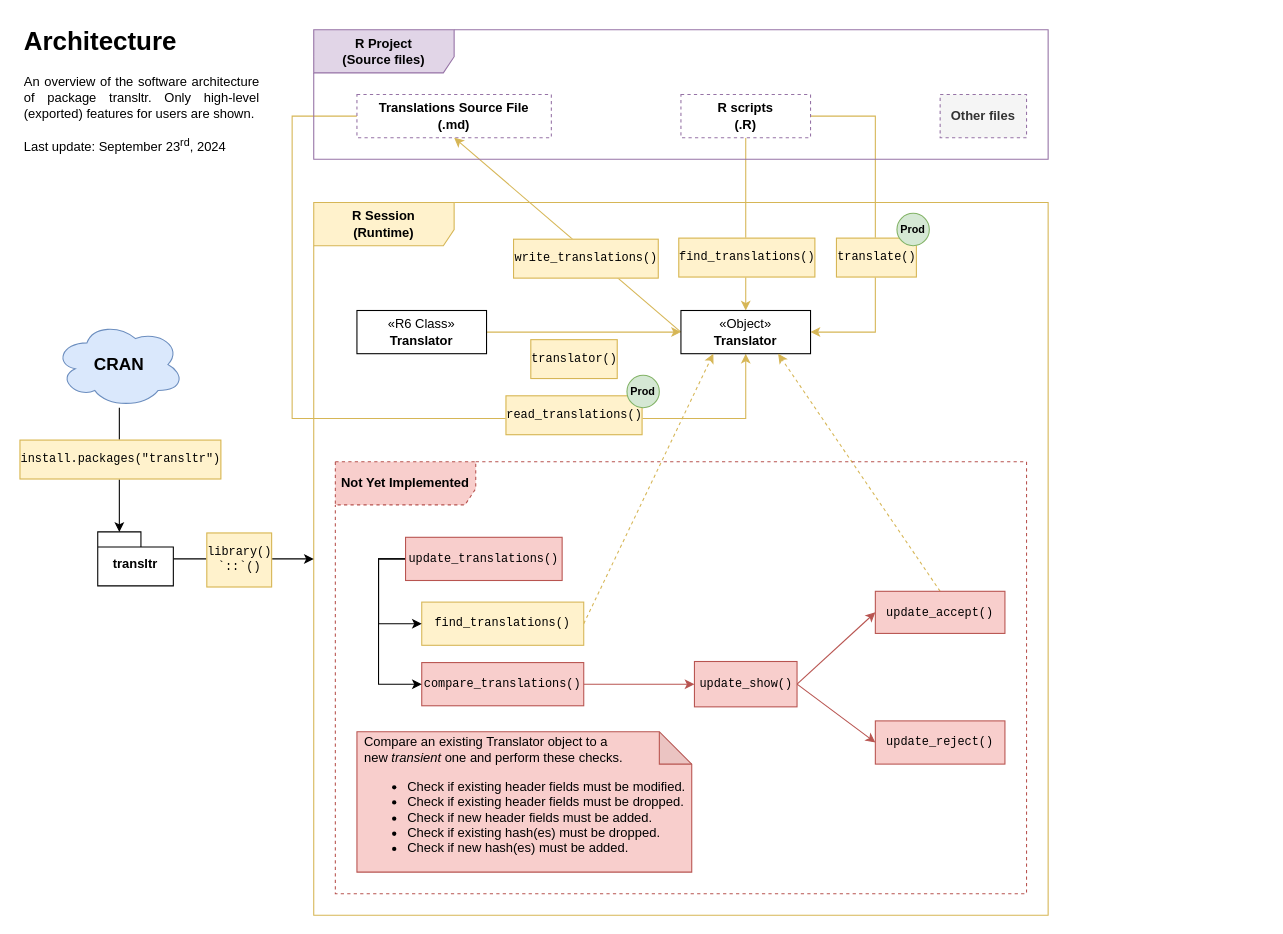
This is man/figures/architecture-overview-user.drawio from jeanmathieupotvin/transltr, a draw.io file, before an edit. Source tidied: cells renumbered, new cells numbered last; positions are measured from the earlier drawing's top-left corner, leaving out a move shared by most shapes. Both pictures are drawn from the tidied source at 108%, with x=0, y=0 at pixel (22, 18).
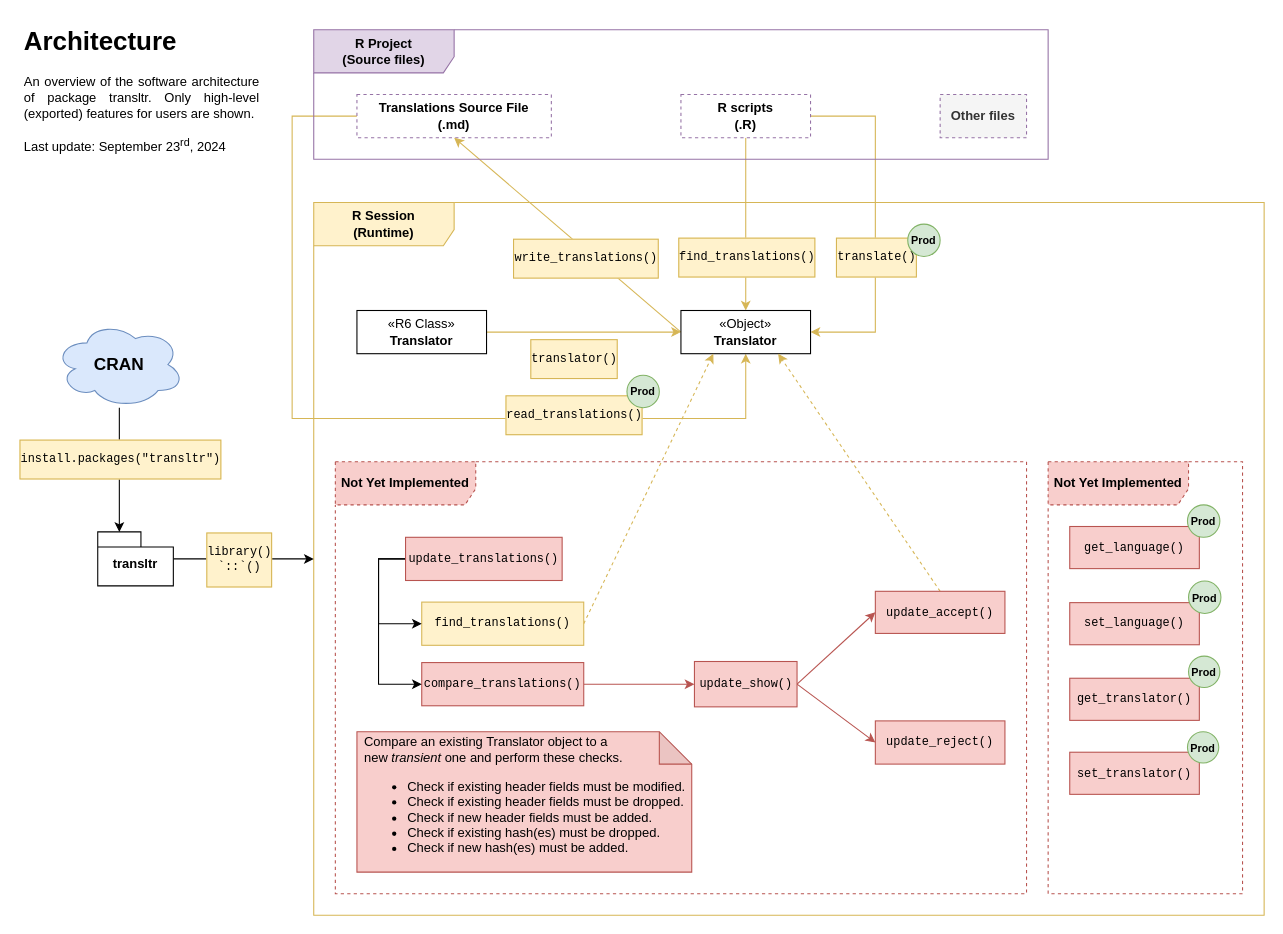
The same page after the edit.

Commit message (it also covers changes not shown here):
Update diagram with further high-level functions.

What changed in the source:
```diff
@@
     <mxCell id="10" value="R Session&lt;br&gt;(Runtime)" style="shape=umlFrame;whiteSpace=wrap;html=1;width=130;height=40;fontStyle=1;fillColor=#fff2cc;strokeColor=#D6B656;swimlaneFillColor=none;" parent="1" vertex="1">
-      <mxGeometry x="270" y="170" width="680" height="660" as="geometry" />
+      <mxGeometry x="270" y="170" width="880" height="660" as="geometry" />
     </mxCell>
@@
+    <mxCell id="42" value="Prod" style="ellipse;whiteSpace=wrap;html=1;fillColor=#d5e8d4;strokeColor=#82b366;fontStyle=1;fontSize=10;" parent="1" vertex="1">
+      <mxGeometry x="560" y="330" width="30" height="30" as="geometry" />
+    </mxCell>
+    <mxCell id="43" value="&lt;pre style=&quot;font-size: 11px;&quot;&gt;set_language()&lt;/pre&gt;" style="html=1;whiteSpace=wrap;shadow=0;fillColor=#f8cecc;strokeColor=#b85450;fontSize=11;" parent="1" vertex="1">
+      <mxGeometry x="970" y="540.5" width="120" height="39" as="geometry" />
+    </mxCell>
+    <mxCell id="44" value="&lt;pre style=&quot;font-size: 11px;&quot;&gt;set_translator()&lt;/pre&gt;" style="html=1;whiteSpace=wrap;shadow=0;fillColor=#f8cecc;strokeColor=#b85450;fontSize=11;" parent="1" vertex="1">
+      <mxGeometry x="970" y="679" width="120" height="39" as="geometry" />
+    </mxCell>
+    <mxCell id="45" value="&lt;pre style=&quot;font-size: 11px;&quot;&gt;get_translator()&lt;/pre&gt;" style="html=1;whiteSpace=wrap;shadow=0;fillColor=#f8cecc;strokeColor=#b85450;fontSize=11;" parent="1" vertex="1">
+      <mxGeometry x="970" y="610.5" width="120" height="39" as="geometry" />
+    </mxCell>
+    <mxCell id="46" value="&lt;pre style=&quot;font-size: 11px;&quot;&gt;get_language()&lt;/pre&gt;" style="html=1;whiteSpace=wrap;shadow=0;fillColor=#f8cecc;strokeColor=#b85450;fontSize=11;" parent="1" vertex="1">
+      <mxGeometry x="970" y="470" width="120" height="39" as="geometry" />
+    </mxCell>
+    <mxCell id="47" value="Not Yet Implemented" style="shape=umlFrame;whiteSpace=wrap;html=1;width=130;height=40;fontStyle=1;fillColor=#f8cecc;strokeColor=#b85450;swimlaneFillColor=none;dashed=1;" parent="1" vertex="1">
+      <mxGeometry x="950" y="410" width="180" height="400" as="geometry" />
+    </mxCell>
+    <mxCell id="48" value="Prod" style="ellipse;whiteSpace=wrap;html=1;fillColor=#d5e8d4;strokeColor=#82b366;fontStyle=1;fontSize=10;" parent="1" vertex="1">
+      <mxGeometry x="820" y="190" width="30" height="30" as="geometry" />
+    </mxCell>
     <mxCell id="41" value="Prod" style="ellipse;whiteSpace=wrap;html=1;fillColor=#d5e8d4;strokeColor=#82b366;fontStyle=1;fontSize=10;" parent="1" vertex="1">
-      <mxGeometry x="810" y="180" width="30" height="30" as="geometry" />
+      <mxGeometry x="1079" y="450" width="30" height="30" as="geometry" />
     </mxCell>
-    <mxCell id="42" value="Prod" style="ellipse;whiteSpace=wrap;html=1;fillColor=#d5e8d4;strokeColor=#82b366;fontStyle=1;fontSize=10;" parent="1" vertex="1">
-      <mxGeometry x="560" y="330" width="30" height="30" as="geometry" />
-    </mxCell>
+    <mxCell id="49" value="Prod" style="ellipse;whiteSpace=wrap;html=1;fillColor=#d5e8d4;strokeColor=#82b366;fontStyle=1;fontSize=10;" parent="1" vertex="1">
+      <mxGeometry x="1080" y="520.5" width="30" height="30" as="geometry" />
+    </mxCell>
+    <mxCell id="50" value="Prod" style="ellipse;whiteSpace=wrap;html=1;fillColor=#d5e8d4;strokeColor=#82b366;fontStyle=1;fontSize=10;" parent="1" vertex="1">
+      <mxGeometry x="1080" y="590" width="29" height="29" as="geometry" />
+    </mxCell>
+    <mxCell id="51" value="Prod" style="ellipse;whiteSpace=wrap;html=1;fillColor=#d5e8d4;strokeColor=#82b366;fontStyle=1;fontSize=10;" parent="1" vertex="1">
+      <mxGeometry x="1079" y="660" width="29" height="29" as="geometry" />
+    </mxCell>
```
